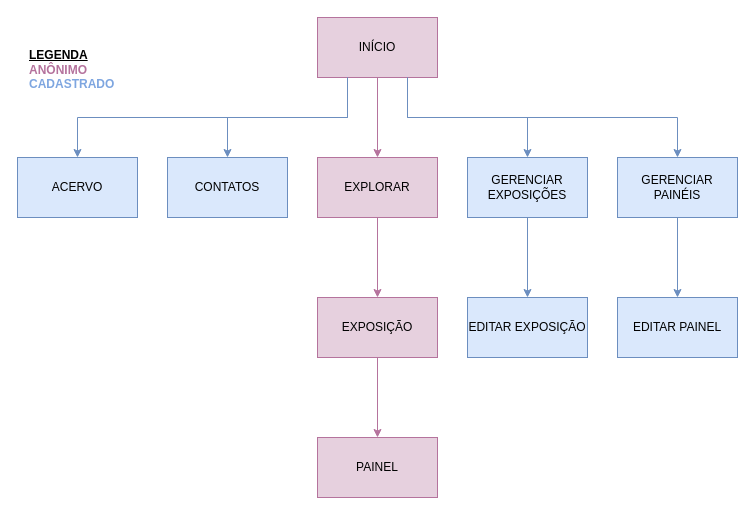
This is page "Mapa do Site" (4 of 8) of UnderExpo.drawio from GustavoDeOliveira/underexpo, a draw.io file, before an edit. Source tidied: cells renumbered, new cells numbered last; positions are measured from the earlier drawing's top-left corner, leaving out a move shared by most shapes. Both pictures are drawn from the tidied source at 100%, with x=0, y=0 at pixel (17, 17).
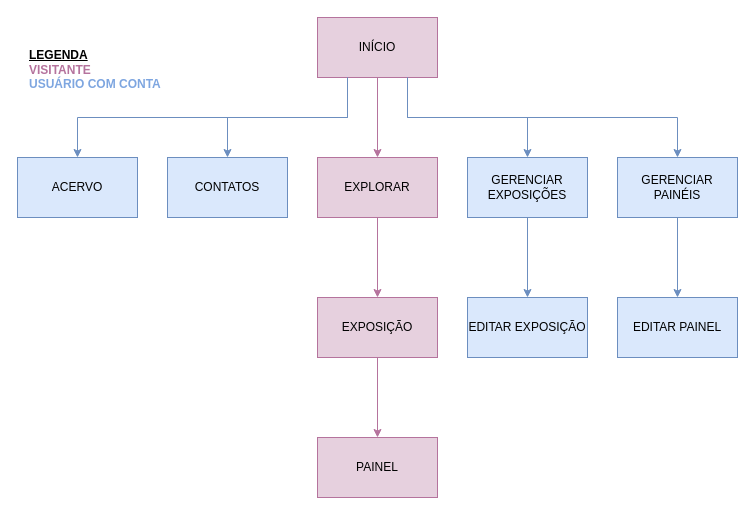
The same diagram, later.

What changed in the source:
```diff
@@
-    <mxCell id="10" value="&lt;b&gt;&lt;br&gt;&lt;u&gt;LEGENDA&lt;/u&gt;&lt;br&gt;&lt;font style=&quot;color: rgb(181, 115, 157);&quot;&gt;&lt;font&gt;ANÔNIMO&lt;/font&gt;&lt;br&gt;&lt;/font&gt;&lt;font style=&quot;color: rgb(126, 166, 224);&quot;&gt;CADASTRADO&lt;/font&gt;&lt;/b&gt;&lt;font color=&quot;#190033&quot;&gt;&lt;br&gt;&lt;/font&gt;" style="text;html=1;strokeColor=none;fillColor=none;align=left;verticalAlign=middle;whiteSpace=wrap;rounded=0;" parent="1" vertex="1">
-      <mxGeometry x="10" y="10" width="100" height="70" as="geometry" />
+    <mxCell id="10" value="&lt;b&gt;&lt;br&gt;&lt;u&gt;LEGENDA&lt;/u&gt;&lt;br&gt;&lt;font style=&quot;color: rgb(181, 115, 157);&quot;&gt;&lt;font&gt;VISITANTE&lt;/font&gt;&lt;br&gt;&lt;/font&gt;&lt;/b&gt;&lt;font color=&quot;#7ea6e0&quot;&gt;&lt;b&gt;USUÁRIO COM CONTA&lt;/b&gt;&lt;/font&gt;" style="text;html=1;strokeColor=none;fillColor=none;align=left;verticalAlign=middle;whiteSpace=wrap;rounded=0;" parent="1" vertex="1">
+      <mxGeometry x="10" y="10" width="230" height="70" as="geometry" />
     </mxCell>
```
